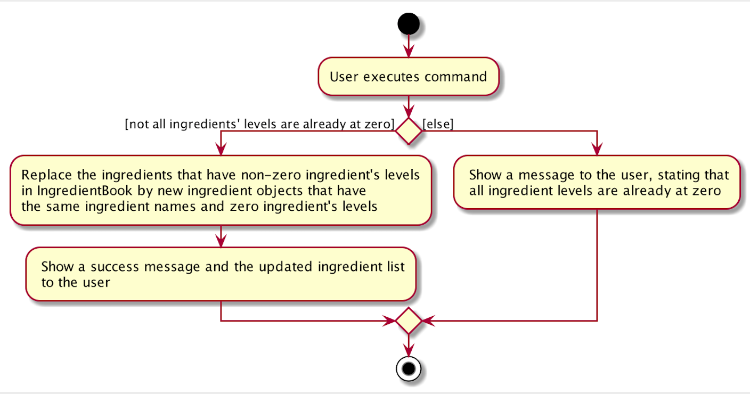
Before: docs/images/IngredientResetAllActivityDiagram.png, a diagram exported from PlantUML (nus-cs2103-AY2021S1/tp). Its source is kept beside it as docs/diagrams/IngredientResetAllActivityDiagram.puml.
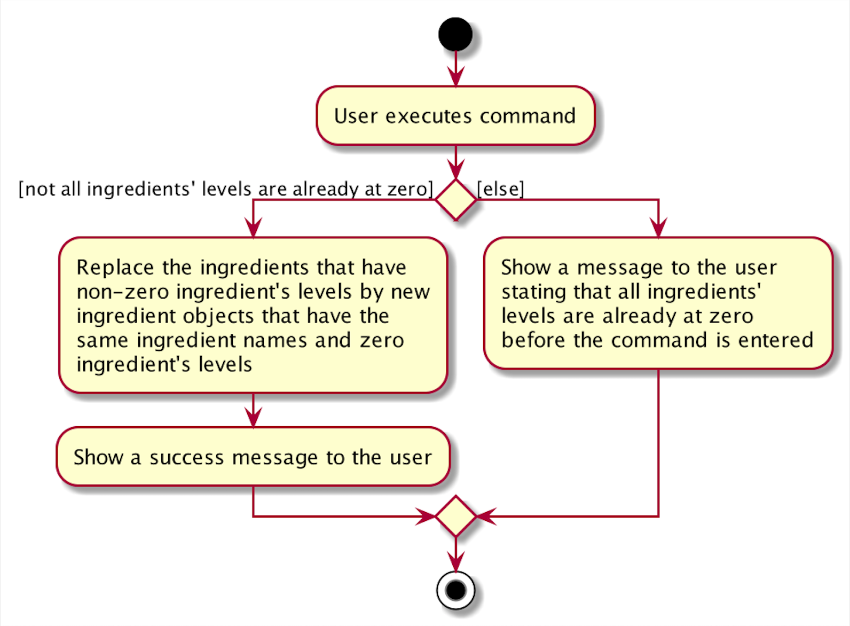
Later version of the same file.

The edit, as a diff of the source:
```diff
@@ -4,14 +4,17 @@
 
 
 if () then ([not all ingredients' levels are already at zero])
-    :Replace the ingredients that have non-zero ingredient's levels
-    in IngredientBook by new ingredient objects that have
-    the same ingredient names and zero ingredient's levels;
-    : Show a success message and the updated ingredient list
-     to the user;
+    :Replace the ingredients that have
+    non-zero ingredient's levels by new
+    ingredient objects that have the
+    same ingredient names and zero
+    ingredient's levels;
+    :Show a success message to the user;
 else ([else])
-    : Show a message to the user, stating that
-     all ingredient levels are already at zero;
+    :Show a message to the user
+    stating that all ingredients'
+    levels are already at zero
+    before the command is entered;
 endif
 stop
 @enduml
```
